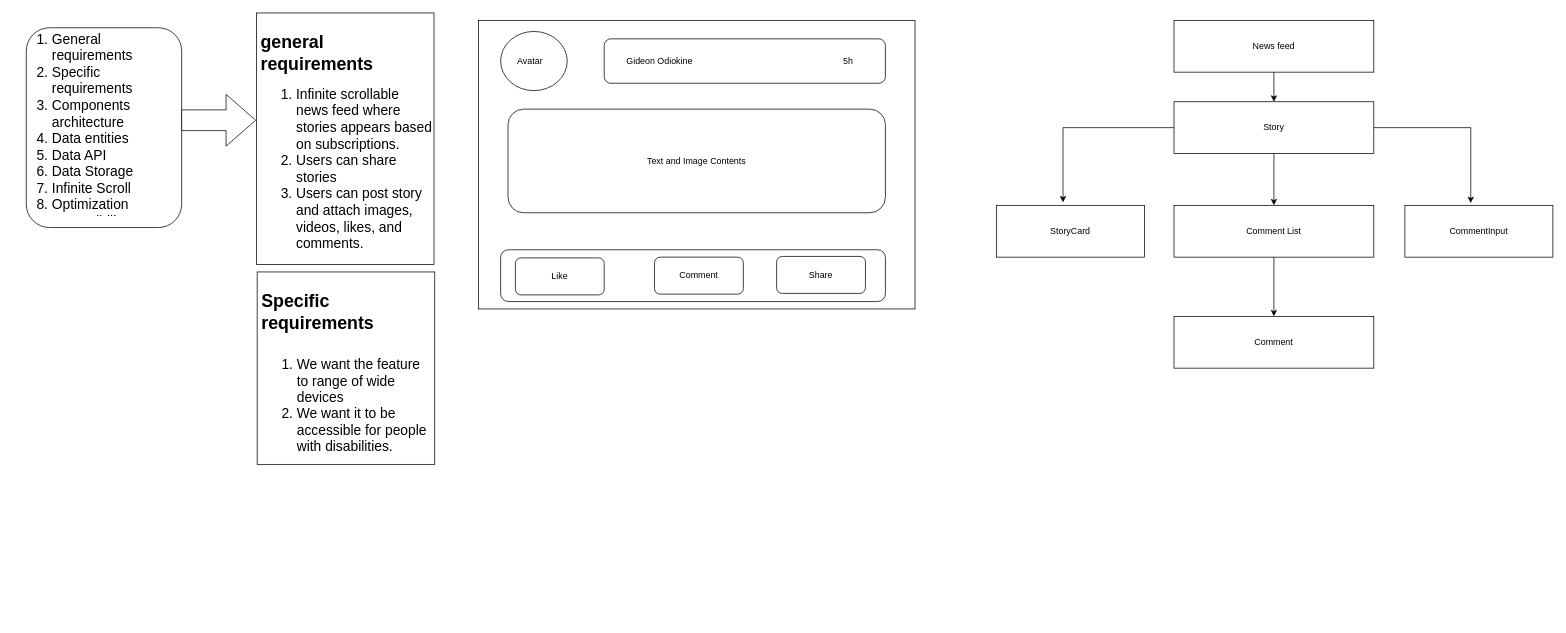
This is Frontend-System-Design.drawio from GideonOdiokine/Frontend-system-design, a draw.io file, before an edit. Source tidied: cells renumbered, new cells numbered last; positions are measured from the earlier drawing's top-left corner, leaving out a move shared by most shapes. Both pictures are drawn from the tidied source at 74%, with x=0, y=0 at pixel (13, 13).
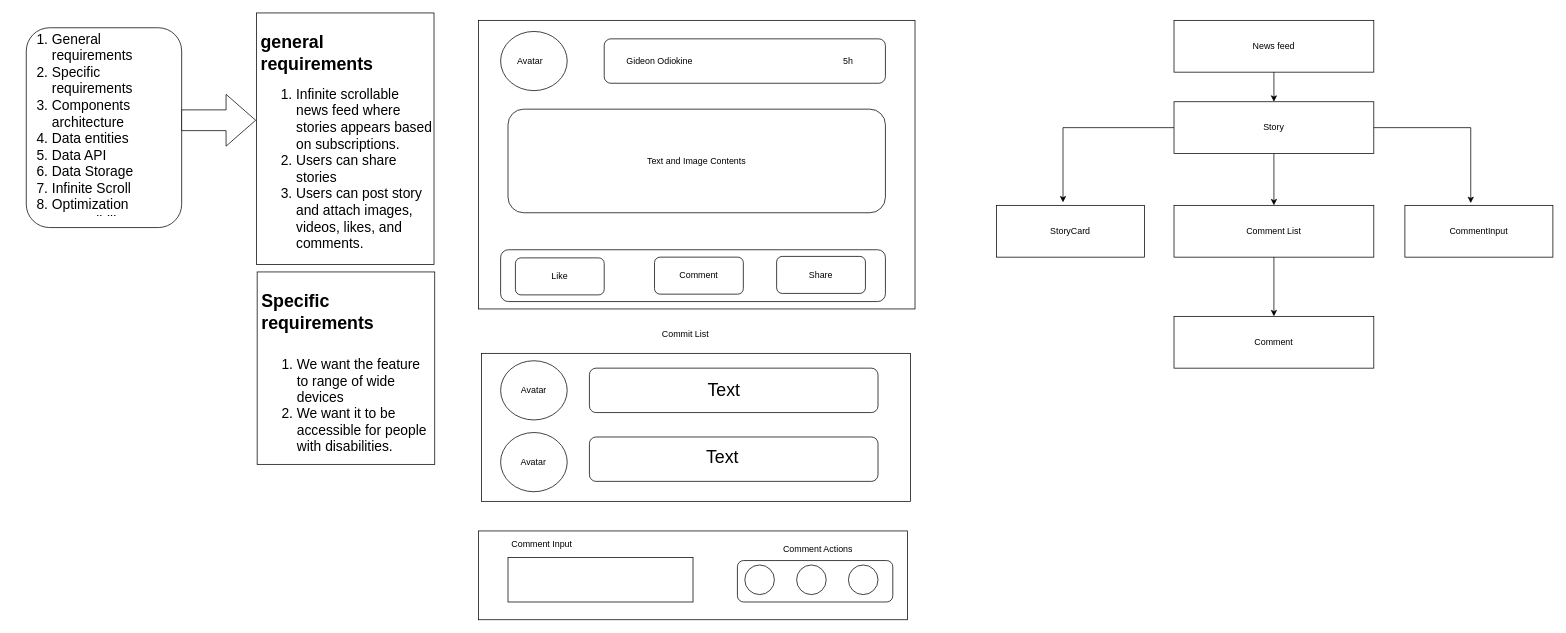
The same diagram, later.

Commit message:
Component Architecture Frontend-System-Design.drawio

The edit, as a diff of the source:
```diff
@@
+    <mxCell id="35" style="group;" parent="1" vertex="1">
+      <mxGeometry x="629" y="10" width="590" height="810" as="geometry" />
+    </mxCell>
-    <mxCell id="23" style="group;" parent="1" vertex="1">
-      <mxGeometry x="629" y="10" width="590" height="390" as="geometry" />
+    <mxCell id="23" style="group;" parent="35" vertex="1">
+      <mxGeometry width="590" height="390" as="geometry" />
     </mxCell>
@@
+    <mxCell id="36" style="rounded=0;whiteSpace=wrap;html=1;" parent="35" vertex="1">
+      <mxGeometry x="4" y="450" width="580" height="200" as="geometry" />
+    </mxCell>
+    <mxCell id="37" value="&lt;div&gt;Commit List&lt;/div&gt;" style="text;html=1;strokeColor=none;fillColor=none;align=center;verticalAlign=middle;whiteSpace=wrap;rounded=0;" parent="35" vertex="1">
+      <mxGeometry x="160" y="410" width="240" height="30" as="geometry" />
+    </mxCell>
+    <mxCell id="38" style="ellipse;whiteSpace=wrap;html=1;" parent="35" vertex="1">
+      <mxGeometry x="30" y="460" width="90" height="80" as="geometry" />
+    </mxCell>
+    <mxCell id="39" value="Avatar" style="text;html=1;strokeColor=none;fillColor=none;align=center;verticalAlign=middle;whiteSpace=wrap;rounded=0;" parent="35" vertex="1">
+      <mxGeometry x="45" y="485" width="60" height="30" as="geometry" />
+    </mxCell>
+    <mxCell id="40" style="rounded=1;whiteSpace=wrap;html=1;" parent="35" vertex="1">
+      <mxGeometry x="150" y="470" width="390" height="60" as="geometry" />
+    </mxCell>
+    <mxCell id="41" value="&lt;font style=&quot;font-size: 24px;&quot;&gt;Text&lt;/font&gt;" style="text;html=1;strokeColor=none;fillColor=none;align=center;verticalAlign=middle;whiteSpace=wrap;rounded=0;" parent="35" vertex="1">
+      <mxGeometry x="237" y="485" width="190" height="30" as="geometry" />
+    </mxCell>
+    <mxCell id="42" style="ellipse;whiteSpace=wrap;html=1;" parent="35" vertex="1">
+      <mxGeometry x="30" y="557" width="90" height="80" as="geometry" />
+    </mxCell>
+    <mxCell id="43" style="rounded=1;whiteSpace=wrap;html=1;" parent="35" vertex="1">
+      <mxGeometry x="150" y="563" width="390" height="60" as="geometry" />
+    </mxCell>
+    <mxCell id="44" value="Avatar" style="text;html=1;strokeColor=none;fillColor=none;align=center;verticalAlign=middle;whiteSpace=wrap;rounded=0;" parent="35" vertex="1">
+      <mxGeometry x="37" y="580" width="75" height="35" as="geometry" />
+    </mxCell>
+    <mxCell id="45" value="&lt;font style=&quot;font-size: 24px;&quot;&gt;Text&lt;/font&gt;" style="text;html=1;strokeColor=none;fillColor=none;align=center;verticalAlign=middle;whiteSpace=wrap;rounded=0;" parent="35" vertex="1">
+      <mxGeometry x="271" y="575" width="118" height="30" as="geometry" />
+    </mxCell>
+    <mxCell id="46" style="rounded=0;whiteSpace=wrap;html=1;" parent="35" vertex="1">
+      <mxGeometry y="690" width="580" height="120" as="geometry" />
+    </mxCell>
+    <mxCell id="47" style="rounded=0;whiteSpace=wrap;html=1;" parent="35" vertex="1">
+      <mxGeometry x="40" y="726" width="250" height="60" as="geometry" />
+    </mxCell>
+    <mxCell id="48" value="Comment Input" style="text;html=1;strokeColor=none;fillColor=none;align=center;verticalAlign=middle;whiteSpace=wrap;rounded=0;" parent="35" vertex="1">
+      <mxGeometry x="21" y="693" width="130" height="30" as="geometry" />
+    </mxCell>
+    <mxCell id="49" style="rounded=1;whiteSpace=wrap;html=1;" parent="35" vertex="1">
+      <mxGeometry x="350" y="730" width="210" height="56" as="geometry" />
+    </mxCell>
+    <mxCell id="50" style="ellipse;whiteSpace=wrap;html=1;" parent="35" vertex="1">
+      <mxGeometry x="360" y="736" width="40" height="40" as="geometry" />
+    </mxCell>
+    <mxCell id="51" style="ellipse;whiteSpace=wrap;html=1;" parent="35" vertex="1">
+      <mxGeometry x="430" y="736" width="40" height="40" as="geometry" />
+    </mxCell>
+    <mxCell id="52" style="ellipse;whiteSpace=wrap;html=1;" parent="35" vertex="1">
+      <mxGeometry x="500" y="736" width="40" height="40" as="geometry" />
+    </mxCell>
+    <mxCell id="53" value="Comment Actions" style="text;html=1;strokeColor=none;fillColor=none;align=center;verticalAlign=middle;whiteSpace=wrap;rounded=0;" parent="35" vertex="1">
+      <mxGeometry x="369" y="700" width="180" height="30" as="geometry" />
+    </mxCell>
```
